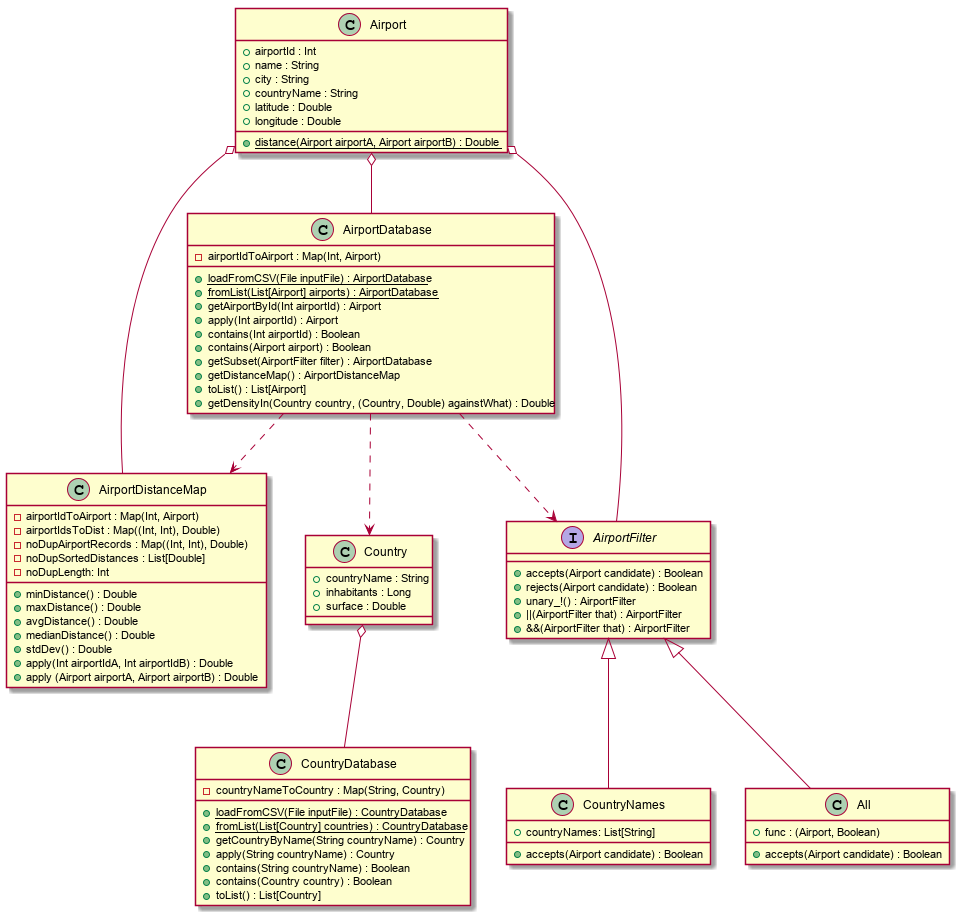
Earlier version of the PlantUML export resources/Diagramme_De_Classe.png (pBouillon/OpenFlightStatistics).
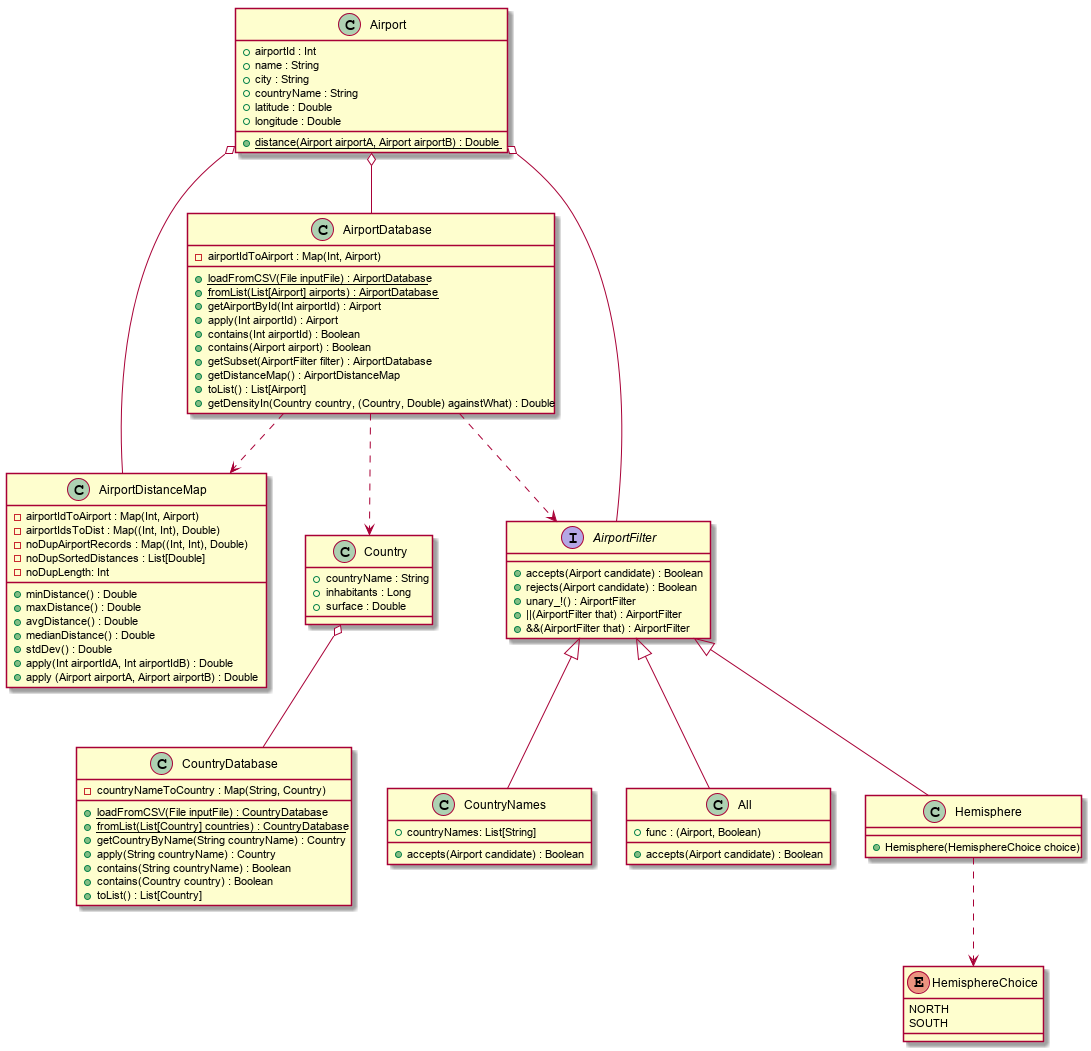
The same file after the commit.

Commit message:
Ajout d'Hemisphere et son enum ainsi que ses liens

What changed in the source:
```diff
@@ -74,8 +74,20 @@
 	+ accepts(Airport candidate) : Boolean
 }
 
+enum HemisphereChoice {
+	NORTH
+	SOUTH
+}
+
+class Hemisphere {
+	+ Hemisphere(HemisphereChoice choice)
+}
+
+
 AirportFilter <|-- All
 AirportFilter <|-- CountryNames
+AirportFilter <|-- Hemisphere
+Hemisphere ..> HemisphereChoice
 
 Airport o-- AirportDatabase
 Airport o-- AirportDistanceMap
```
